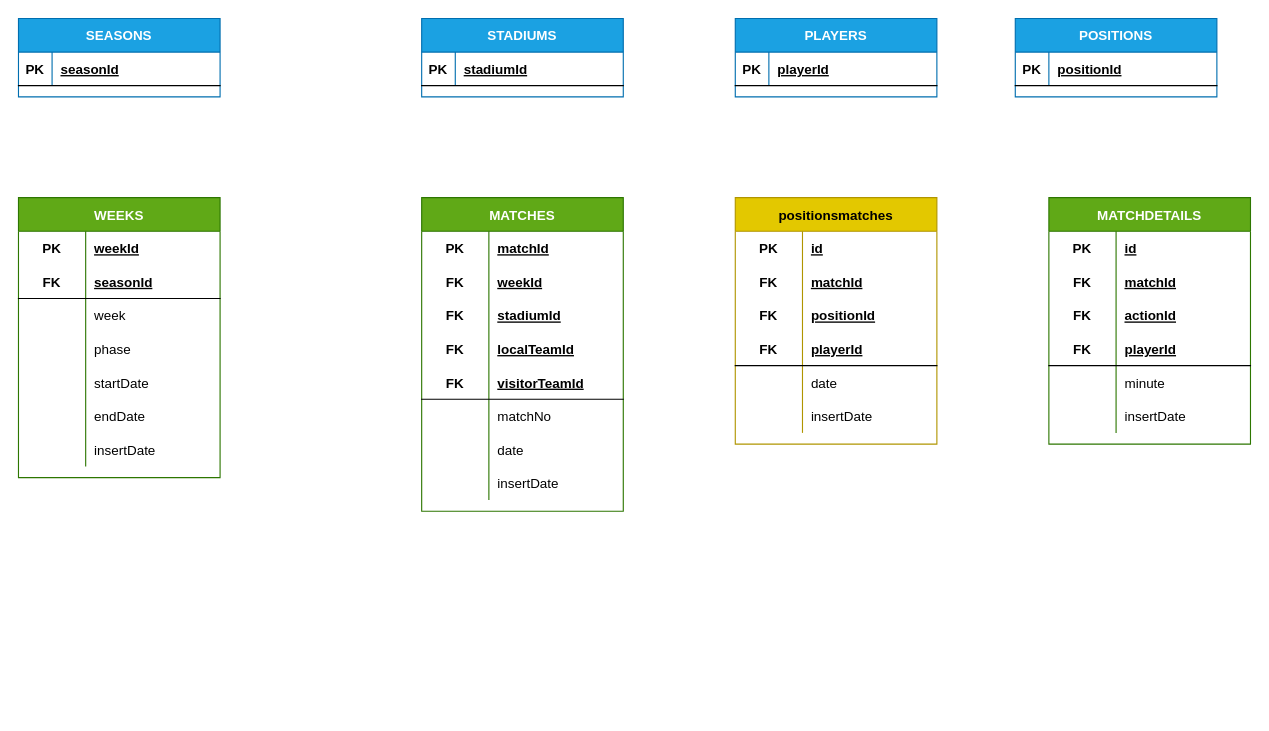
Earlier version of the draw.io diagram page "conceptual" (1 of 3) of qatar2022.drawio (r3card0/WorldCup2022). Source tidied: cells renumbered, new cells numbered last; positions are measured from the earlier drawing's top-left corner, leaving out a move shared by most shapes. Both pictures are drawn from the tidied source at 112%, with x=0, y=0 at pixel (18, 18).
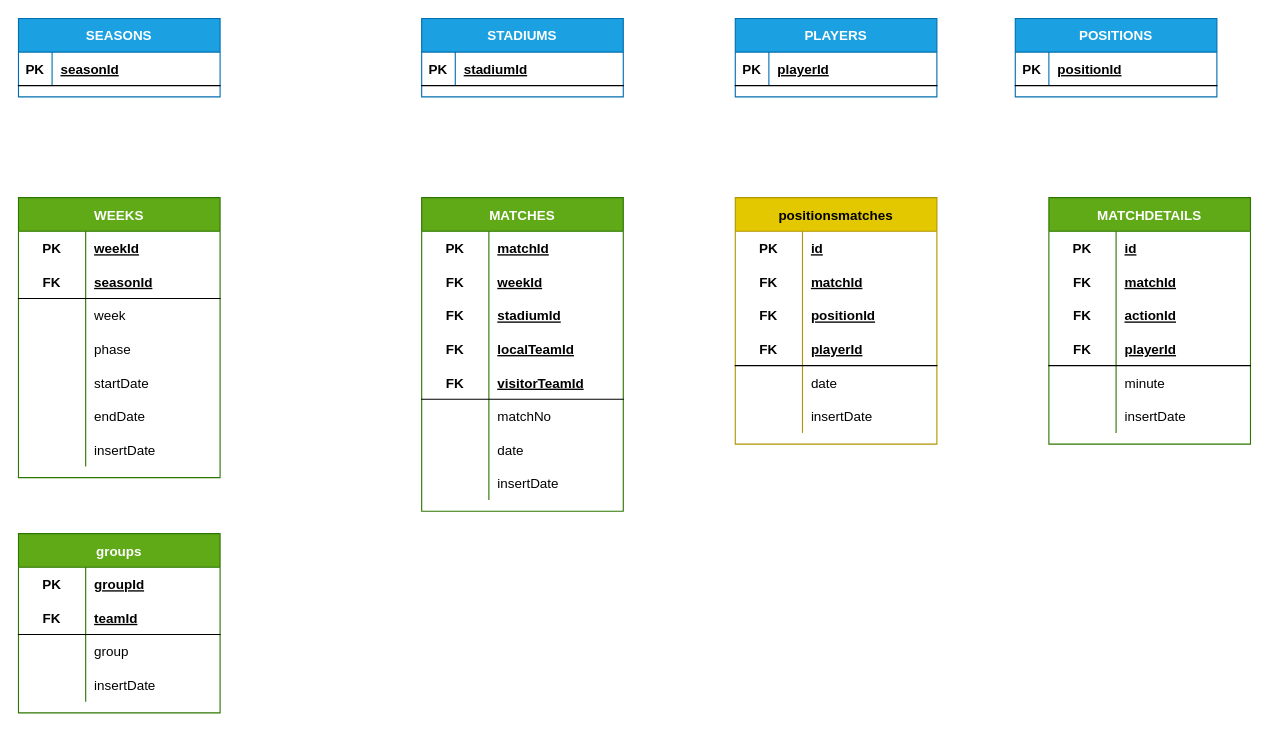
After the change.

Commit message:
added group table concept model

What changed in the source:
```diff
@@
+    <mxCell id="103" value="groups" style="shape=table;startSize=30;childLayout=tableLayout;rowLines=0;fontStyle=1;align=center;fillColor=#60a917;fontColor=#ffffff;strokeColor=#2D7600;" parent="1" vertex="1">
+      <mxGeometry y="460" width="180" height="160" as="geometry" />
+    </mxCell>
+    <mxCell id="104" style="shape=partialRectangle;fillColor=none;top=0;left=0;bottom=0;right=0;" parent="103" vertex="1">
+      <mxGeometry y="30" width="180" height="30" as="geometry" />
+    </mxCell>
+    <mxCell id="105" value="PK" style="shape=partialRectangle;fillColor=none;top=0;left=0;bottom=0;right=0;fontStyle=1;overflow=hidden;" parent="104" vertex="1">
+      <mxGeometry width="60" height="30" as="geometry" />
+    </mxCell>
+    <mxCell id="106" value="groupId" style="shape=partialRectangle;fillColor=none;top=0;left=0;bottom=0;right=0;align=left;spacingLeft=6;fontStyle=5;overflow=hidden;" parent="104" vertex="1">
+      <mxGeometry x="60" width="120" height="30" as="geometry" />
+    </mxCell>
+    <mxCell id="107" style="shape=partialRectangle;fillColor=none;top=0;left=0;bottom=1;right=0;" parent="103" vertex="1">
+      <mxGeometry y="60" width="180" height="30" as="geometry" />
+    </mxCell>
+    <mxCell id="108" value="FK" style="shape=partialRectangle;fillColor=none;top=0;left=0;bottom=0;right=0;fontStyle=1;overflow=hidden;" parent="107" vertex="1">
+      <mxGeometry width="60" height="30" as="geometry" />
+    </mxCell>
+    <mxCell id="109" value="teamId" style="shape=partialRectangle;fillColor=none;top=0;left=0;bottom=0;right=0;align=left;spacingLeft=6;fontStyle=5;overflow=hidden;" parent="107" vertex="1">
+      <mxGeometry x="60" width="120" height="30" as="geometry" />
+    </mxCell>
+    <mxCell id="110" style="shape=partialRectangle;fillColor=none;top=0;left=0;bottom=0;right=0;" parent="103" vertex="1">
+      <mxGeometry y="90" width="180" height="30" as="geometry" />
+    </mxCell>
+    <mxCell id="111" style="shape=partialRectangle;fillColor=none;top=0;left=0;bottom=0;right=0;overflow=hidden;" parent="110" vertex="1">
+      <mxGeometry width="60" height="30" as="geometry" />
+    </mxCell>
+    <mxCell id="112" value="group" style="shape=partialRectangle;fillColor=none;top=0;left=0;bottom=0;right=0;align=left;spacingLeft=6;overflow=hidden;" parent="110" vertex="1">
+      <mxGeometry x="60" width="120" height="30" as="geometry" />
+    </mxCell>
+    <mxCell id="113" style="shape=partialRectangle;fillColor=none;top=0;left=0;bottom=0;right=0;" parent="103" vertex="1">
+      <mxGeometry y="120" width="180" height="30" as="geometry" />
+    </mxCell>
+    <mxCell id="114" style="shape=partialRectangle;fillColor=none;top=0;left=0;bottom=0;right=0;overflow=hidden;" parent="113" vertex="1">
+      <mxGeometry width="60" height="30" as="geometry" />
+    </mxCell>
+    <mxCell id="115" value="insertDate" style="shape=partialRectangle;fillColor=none;top=0;left=0;bottom=0;right=0;align=left;spacingLeft=6;overflow=hidden;" parent="113" vertex="1">
+      <mxGeometry x="60" width="120" height="30" as="geometry" />
+    </mxCell>
```
